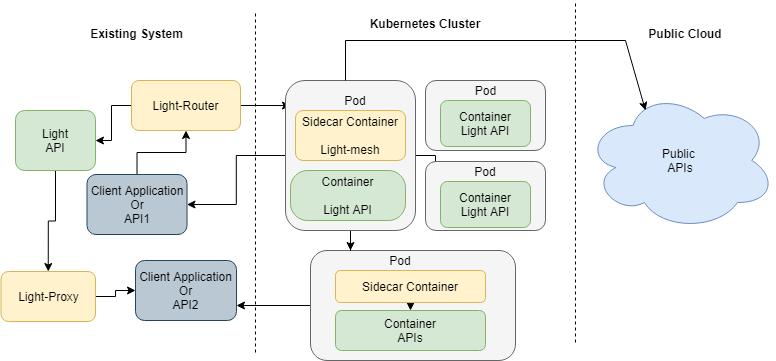
Earlier version of the draw.io export docs/mesh.png (networknt/light-mesh). Source tidied: cells renumbered, new cells last; positions are measured from the earlier drawing's top-left corner, leaving out a move shared by most shapes. Its diagram source:
```xml
<mxGraphModel>
  <root>
    <mxCell id="0" />
    <mxCell id="1" parent="0" />
    <mxCell id="2" style="edgeStyle=orthogonalEdgeStyle;rounded=0;jettySize=auto;html=1;entryX=1;entryY=0.75;entryDx=0;entryDy=0;" parent="1" edge="1" source="3" target="29">
      <mxGeometry relative="1" as="geometry" />
    </mxCell>
    <mxCell id="3" style="rounded=1;whiteSpace=wrap;html=1;fillColor=#f5f5f5;strokeColor=#666666;fontColor=#333333;" parent="1" vertex="1">
      <mxGeometry x="309" y="250" width="205" height="110" as="geometry" />
    </mxCell>
    <mxCell id="4" value="&lt;span style=&quot;color: rgba(0 , 0 , 0 , 0) ; font-family: monospace ; font-size: 0px&quot;&gt;%3CmxGraphModel%3E%3Croot%3E%3CmxCell%20id%3D%220%22%2F%3E%3CmxCell%20id%3D%221%22%20parent%3D%220%22%2F%3E%3CmxCell%20id%3D%222%22%20value%3D%22%22%20style%3D%22rounded%3D1%3BwhiteSpace%3Dwrap%3Bhtml%3D1%3B%22%20vertex%3D%221%22%20parent%3D%221%22%3E%3CmxGeometry%20x%3D%22450%22%20y%3D%22250%22%20width%3D%22120%22%20height%3D%2260%22%20as%3D%22geometry%22%2F%3E%3C%2FmxCell%3E%3C%2Froot%3E%3C%2FmxGraphModel%3E&lt;/span&gt;" style="rounded=1;whiteSpace=wrap;html=1;fillColor=#f5f5f5;strokeColor=#666666;fontColor=#333333;" parent="1" vertex="1">
      <mxGeometry x="424" y="80" width="120" height="70" as="geometry" />
    </mxCell>
    <mxCell id="5" value="Public&amp;nbsp;&lt;br&gt;APIs" style="ellipse;shape=cloud;whiteSpace=wrap;html=1;fillColor=#dae8fc;strokeColor=#6c8ebf;" parent="1" vertex="1">
      <mxGeometry x="584" y="90" width="190" height="140" as="geometry" />
    </mxCell>
    <mxCell id="6" style="edgeStyle=orthogonalEdgeStyle;rounded=0;jettySize=auto;html=1;" parent="1" edge="1" source="8" target="32">
      <mxGeometry relative="1" as="geometry" />
    </mxCell>
    <mxCell id="7" style="edgeStyle=orthogonalEdgeStyle;rounded=0;jettySize=auto;html=1;entryX=0.038;entryY=0.167;entryDx=0;entryDy=0;entryPerimeter=0;" parent="1" edge="1" source="8" target="13">
      <mxGeometry relative="1" as="geometry" />
    </mxCell>
    <mxCell id="8" value="Light-Router" style="rounded=1;whiteSpace=wrap;html=1;fillColor=#fff2cc;strokeColor=#d6b656;" parent="1" vertex="1">
      <mxGeometry x="130" y="80" width="109" height="50" as="geometry" />
    </mxCell>
    <mxCell id="9" value="Kubernetes Cluster" style="text;align=center;fontStyle=1;verticalAlign=middle;spacingLeft=3;spacingRight=3;strokeColor=none;" parent="1" vertex="1">
      <mxGeometry x="384" y="10" width="80" height="25" as="geometry" />
    </mxCell>
    <mxCell id="10" style="edgeStyle=orthogonalEdgeStyle;rounded=0;jettySize=auto;html=1;" parent="1" edge="1" source="13">
      <mxGeometry relative="1" as="geometry">
        <mxPoint x="349" y="250" as="targetPoint" />
      </mxGeometry>
    </mxCell>
    <mxCell id="11" style="edgeStyle=orthogonalEdgeStyle;rounded=0;jettySize=auto;html=1;entryX=0.083;entryY=0.13;entryDx=0;entryDy=0;entryPerimeter=0;" parent="1" edge="1" source="13" target="19">
      <mxGeometry relative="1" as="geometry" />
    </mxCell>
    <mxCell id="12" style="edgeStyle=orthogonalEdgeStyle;rounded=0;jettySize=auto;html=1;" parent="1" edge="1" source="13" target="28">
      <mxGeometry relative="1" as="geometry" />
    </mxCell>
    <mxCell id="13" value="&lt;br&gt;&lt;br&gt;&lt;br&gt;&lt;br&gt;" style="rounded=1;whiteSpace=wrap;html=1;fillColor=#f5f5f5;strokeColor=#666666;fontColor=#333333;" parent="1" vertex="1">
      <mxGeometry x="284" y="80" width="130" height="150" as="geometry" />
    </mxCell>
    <mxCell id="14" value="Pod" style="text;html=1;align=center;verticalAlign=middle;strokeColor=none;" parent="1" vertex="1">
      <mxGeometry x="464" y="80" width="40" height="20" as="geometry" />
    </mxCell>
    <mxCell id="15" value="Container&lt;br&gt;Light API" style="rounded=1;whiteSpace=wrap;html=1;fillColor=#d5e8d4;strokeColor=#82b366;" parent="1" vertex="1">
      <mxGeometry x="439" y="100" width="90" height="46" as="geometry" />
    </mxCell>
    <mxCell id="16" value="Pod" style="text;html=1;strokeColor=none;fillColor=none;align=center;verticalAlign=middle;whiteSpace=wrap;rounded=0;" parent="1" vertex="1">
      <mxGeometry x="334" y="90" width="40" height="20" as="geometry" />
    </mxCell>
    <mxCell id="17" value="Sidecar Container&lt;br&gt;&lt;br&gt;Light-mesh" style="rounded=1;whiteSpace=wrap;html=1;fillColor=#fff2cc;strokeColor=#d6b656;" parent="1" vertex="1">
      <mxGeometry x="294" y="110" width="110" height="50" as="geometry" />
    </mxCell>
    <mxCell id="18" value="Container&lt;br&gt;&lt;br&gt;Light API" style="rounded=1;whiteSpace=wrap;html=1;arcSize=34;fillColor=#d5e8d4;strokeColor=#82b366;" parent="1" vertex="1">
      <mxGeometry x="289" y="170" width="115" height="50" as="geometry" />
    </mxCell>
    <mxCell id="19" value="&lt;span style=&quot;color: rgba(0 , 0 , 0 , 0) ; font-family: monospace ; font-size: 0px&quot;&gt;%3CmxGraphModel%3E%3Croot%3E%3CmxCell%20id%3D%220%22%2F%3E%3CmxCell%20id%3D%221%22%20parent%3D%220%22%2F%3E%3CmxCell%20id%3D%222%22%20value%3D%22%22%20style%3D%22rounded%3D1%3BwhiteSpace%3Dwrap%3Bhtml%3D1%3B%22%20vertex%3D%221%22%20parent%3D%221%22%3E%3CmxGeometry%20x%3D%22450%22%20y%3D%22250%22%20width%3D%22120%22%20height%3D%2260%22%20as%3D%22geometry%22%2F%3E%3C%2FmxCell%3E%3C%2Froot%3E%3C%2FmxGraphModel%3E&lt;/span&gt;" style="rounded=1;whiteSpace=wrap;html=1;fillColor=#f5f5f5;strokeColor=#666666;fontColor=#333333;" parent="1" vertex="1">
      <mxGeometry x="424" y="161" width="120" height="69" as="geometry" />
    </mxCell>
    <mxCell id="20" value="Pod" style="text;html=1;strokeColor=none;fillColor=none;align=center;verticalAlign=middle;whiteSpace=wrap;rounded=0;" parent="1" vertex="1">
      <mxGeometry x="464" y="161" width="40" height="20" as="geometry" />
    </mxCell>
    <mxCell id="21" value="Container&lt;br&gt;Light API" style="rounded=1;whiteSpace=wrap;html=1;fillColor=#d5e8d4;strokeColor=#82b366;" parent="1" vertex="1">
      <mxGeometry x="439" y="181" width="90" height="46" as="geometry" />
    </mxCell>
    <mxCell id="22" style="endArrow=none;dashed=1;html=1;" parent="1" edge="1">
      <mxGeometry relative="1" as="geometry">
        <mxPoint x="574" y="342" as="sourcePoint" />
        <mxPoint x="574" y="0.5" as="targetPoint" />
      </mxGeometry>
    </mxCell>
    <mxCell id="23" style="endArrow=none;dashed=1;html=1;" parent="1" edge="1">
      <mxGeometry relative="1" as="geometry">
        <mxPoint x="254" y="352" as="sourcePoint" />
        <mxPoint x="254" y="10.5" as="targetPoint" />
      </mxGeometry>
    </mxCell>
    <mxCell id="24" style="edgeStyle=orthogonalEdgeStyle;rounded=0;jettySize=auto;html=1;" parent="1" edge="1" source="25" target="26">
      <mxGeometry relative="1" as="geometry" />
    </mxCell>
    <mxCell id="25" value="Pod" style="text;html=1;strokeColor=none;fillColor=none;align=center;verticalAlign=middle;whiteSpace=wrap;rounded=0;" parent="1" vertex="1">
      <mxGeometry x="379" y="250" width="40" height="20" as="geometry" />
    </mxCell>
    <mxCell id="26" value="Container&lt;br&gt;APIs" style="rounded=1;whiteSpace=wrap;html=1;fillColor=#d5e8d4;strokeColor=#82b366;" parent="1" vertex="1">
      <mxGeometry x="334" y="310" width="150" height="40" as="geometry" />
    </mxCell>
    <mxCell id="27" style="edgeStyle=orthogonalEdgeStyle;rounded=0;jettySize=auto;html=1;entryX=0.5;entryY=1;entryDx=0;entryDy=0;" parent="1" edge="1" source="28" target="8">
      <mxGeometry relative="1" as="geometry" />
    </mxCell>
    <mxCell id="28" value="Client Application Or&lt;br&gt;API1" style="rounded=1;whiteSpace=wrap;html=1;fillColor=#bac8d3;strokeColor=#23445d;" parent="1" vertex="1">
      <mxGeometry x="85.5" y="174" width="100" height="60" as="geometry" />
    </mxCell>
    <mxCell id="29" value="Client Application Or&lt;br&gt;API2" style="rounded=1;whiteSpace=wrap;html=1;fillColor=#bac8d3;strokeColor=#23445d;" parent="1" vertex="1">
      <mxGeometry x="134" y="260" width="101" height="60" as="geometry" />
    </mxCell>
    <mxCell id="30" value="Public Cloud" style="text;align=center;fontStyle=1;verticalAlign=middle;spacingLeft=3;spacingRight=3;strokeColor=none;" parent="1" vertex="1">
      <mxGeometry x="644" y="20" width="80" height="25" as="geometry" />
    </mxCell>
    <mxCell id="31" style="edgeStyle=orthogonalEdgeStyle;rounded=0;jettySize=auto;html=1;entryX=0.5;entryY=0;entryDx=0;entryDy=0;" parent="1" edge="1" source="32" target="37">
      <mxGeometry relative="1" as="geometry" />
    </mxCell>
    <mxCell id="32" value="Light&lt;br&gt;API" style="rounded=1;whiteSpace=wrap;html=1;fillColor=#d5e8d4;strokeColor=#82b366;" parent="1" vertex="1">
      <mxGeometry x="14" y="110" width="80" height="60" as="geometry" />
    </mxCell>
    <mxCell id="33" value="Existing System" style="text;align=center;fontStyle=1;verticalAlign=middle;spacingLeft=3;spacingRight=3;strokeColor=none;" parent="1" vertex="1">
      <mxGeometry x="134" y="20" width="3" height="25" as="geometry" />
    </mxCell>
    <mxCell id="34" style="shape=partialRectangle;whiteSpace=wrap;html=1;bottom=0;right=0;fillColor=none;" parent="1" vertex="1">
      <mxGeometry x="344" y="40" width="280" height="40" as="geometry" />
    </mxCell>
    <mxCell id="35" style="endArrow=classic;html=1;exitX=1;exitY=0;exitDx=0;exitDy=0;" parent="1" edge="1" source="34">
      <mxGeometry relative="1" as="geometry">
        <mxPoint x="644" y="110" as="targetPoint" />
      </mxGeometry>
    </mxCell>
    <mxCell id="36" style="edgeStyle=orthogonalEdgeStyle;rounded=0;jettySize=auto;html=1;" parent="1" edge="1" source="37" target="29">
      <mxGeometry relative="1" as="geometry" />
    </mxCell>
    <mxCell id="37" value="Light-Proxy" style="rounded=1;whiteSpace=wrap;html=1;fillColor=#fff2cc;strokeColor=#d6b656;" parent="1" vertex="1">
      <mxGeometry x="-0.5" y="271" width="94.5" height="50" as="geometry" />
    </mxCell>
    <mxCell id="38" value="Sidecar Container" style="rounded=1;whiteSpace=wrap;html=1;fillColor=#fff2cc;strokeColor=#d6b656;" parent="1" vertex="1">
      <mxGeometry x="334" y="270" width="150" height="32" as="geometry" />
    </mxCell>
  </root>
</mxGraphModel>
```
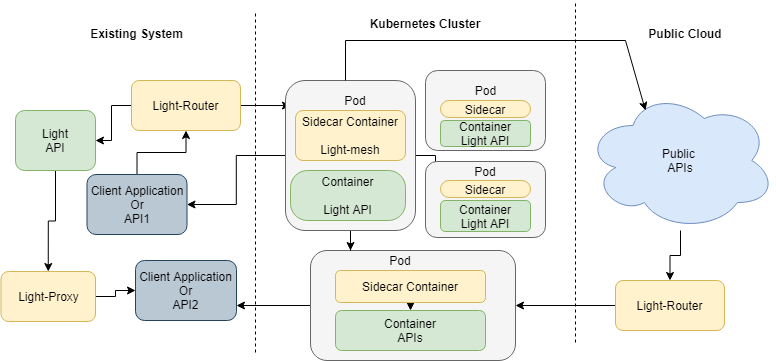
After the change.

What changed in the source:
```diff
@@ -9,8 +9,11 @@
       <mxGeometry x="309" y="250" width="205" height="110" as="geometry" />
     </mxCell>
     <mxCell id="4" value="&lt;span style=&quot;color: rgba(0 , 0 , 0 , 0) ; font-family: monospace ; font-size: 0px&quot;&gt;%3CmxGraphModel%3E%3Croot%3E%3CmxCell%20id%3D%220%22%2F%3E%3CmxCell%20id%3D%221%22%20parent%3D%220%22%2F%3E%3CmxCell%20id%3D%222%22%20value%3D%22%22%20style%3D%22rounded%3D1%3BwhiteSpace%3Dwrap%3Bhtml%3D1%3B%22%20vertex%3D%221%22%20parent%3D%221%22%3E%3CmxGeometry%20x%3D%22450%22%20y%3D%22250%22%20width%3D%22120%22%20height%3D%2260%22%20as%3D%22geometry%22%2F%3E%3C%2FmxCell%3E%3C%2Froot%3E%3C%2FmxGraphModel%3E&lt;/span&gt;" style="rounded=1;whiteSpace=wrap;html=1;fillColor=#f5f5f5;strokeColor=#666666;fontColor=#333333;" parent="1" vertex="1">
-      <mxGeometry x="424" y="80" width="120" height="70" as="geometry" />
+      <mxGeometry x="424" y="70" width="120" height="80" as="geometry" />
     </mxCell>
+    <mxCell id="39" style="edgeStyle=orthogonalEdgeStyle;rounded=0;jettySize=auto;html=1;" parent="1" edge="1" source="5" target="41">
+      <mxGeometry relative="1" as="geometry" />
+    </mxCell>
     <mxCell id="5" value="Public&amp;nbsp;&lt;br&gt;APIs" style="ellipse;shape=cloud;whiteSpace=wrap;html=1;fillColor=#dae8fc;strokeColor=#6c8ebf;" parent="1" vertex="1">
       <mxGeometry x="584" y="90" width="190" height="140" as="geometry" />
     </mxCell>
@@ -40,11 +43,11 @@
     <mxCell id="13" value="&lt;br&gt;&lt;br&gt;&lt;br&gt;&lt;br&gt;" style="rounded=1;whiteSpace=wrap;html=1;fillColor=#f5f5f5;strokeColor=#666666;fontColor=#333333;" parent="1" vertex="1">
       <mxGeometry x="284" y="80" width="130" height="150" as="geometry" />
     </mxCell>
-    <mxCell id="14" value="Pod" style="text;html=1;align=center;verticalAlign=middle;strokeColor=none;" parent="1" vertex="1">
+    <mxCell id="14" value="Pod&lt;br&gt;" style="text;html=1;align=center;verticalAlign=middle;strokeColor=none;" parent="1" vertex="1">
       <mxGeometry x="464" y="80" width="40" height="20" as="geometry" />
     </mxCell>
     <mxCell id="15" value="Container&lt;br&gt;Light API" style="rounded=1;whiteSpace=wrap;html=1;fillColor=#d5e8d4;strokeColor=#82b366;" parent="1" vertex="1">
-      <mxGeometry x="439" y="100" width="90" height="46" as="geometry" />
+      <mxGeometry x="439" y="120" width="90" height="26" as="geometry" />
     </mxCell>
     <mxCell id="16" value="Pod" style="text;html=1;strokeColor=none;fillColor=none;align=center;verticalAlign=middle;whiteSpace=wrap;rounded=0;" parent="1" vertex="1">
       <mxGeometry x="334" y="90" width="40" height="20" as="geometry" />
@@ -56,13 +59,13 @@
       <mxGeometry x="289" y="170" width="115" height="50" as="geometry" />
     </mxCell>
     <mxCell id="19" value="&lt;span style=&quot;color: rgba(0 , 0 , 0 , 0) ; font-family: monospace ; font-size: 0px&quot;&gt;%3CmxGraphModel%3E%3Croot%3E%3CmxCell%20id%3D%220%22%2F%3E%3CmxCell%20id%3D%221%22%20parent%3D%220%22%2F%3E%3CmxCell%20id%3D%222%22%20value%3D%22%22%20style%3D%22rounded%3D1%3BwhiteSpace%3Dwrap%3Bhtml%3D1%3B%22%20vertex%3D%221%22%20parent%3D%221%22%3E%3CmxGeometry%20x%3D%22450%22%20y%3D%22250%22%20width%3D%22120%22%20height%3D%2260%22%20as%3D%22geometry%22%2F%3E%3C%2FmxCell%3E%3C%2Froot%3E%3C%2FmxGraphModel%3E&lt;/span&gt;" style="rounded=1;whiteSpace=wrap;html=1;fillColor=#f5f5f5;strokeColor=#666666;fontColor=#333333;" parent="1" vertex="1">
-      <mxGeometry x="424" y="161" width="120" height="69" as="geometry" />
+      <mxGeometry x="424" y="161" width="120" height="76" as="geometry" />
     </mxCell>
     <mxCell id="20" value="Pod" style="text;html=1;strokeColor=none;fillColor=none;align=center;verticalAlign=middle;whiteSpace=wrap;rounded=0;" parent="1" vertex="1">
       <mxGeometry x="464" y="161" width="40" height="20" as="geometry" />
     </mxCell>
     <mxCell id="21" value="Container&lt;br&gt;Light API" style="rounded=1;whiteSpace=wrap;html=1;fillColor=#d5e8d4;strokeColor=#82b366;" parent="1" vertex="1">
-      <mxGeometry x="439" y="181" width="90" height="46" as="geometry" />
+      <mxGeometry x="439" y="200" width="90" height="31" as="geometry" />
     </mxCell>
     <mxCell id="22" style="endArrow=none;dashed=1;html=1;" parent="1" edge="1">
       <mxGeometry relative="1" as="geometry">
@@ -123,5 +126,17 @@
     <mxCell id="38" value="Sidecar Container" style="rounded=1;whiteSpace=wrap;html=1;fillColor=#fff2cc;strokeColor=#d6b656;" parent="1" vertex="1">
       <mxGeometry x="334" y="270" width="150" height="32" as="geometry" />
     </mxCell>
+    <mxCell id="40" style="edgeStyle=orthogonalEdgeStyle;rounded=0;jettySize=auto;html=1;entryX=1;entryY=0.5;entryDx=0;entryDy=0;" parent="1" edge="1" source="41" target="3">
+      <mxGeometry relative="1" as="geometry" />
+    </mxCell>
+    <mxCell id="41" value="Light-Router" style="rounded=1;whiteSpace=wrap;html=1;fillColor=#fff2cc;strokeColor=#d6b656;" parent="1" vertex="1">
+      <mxGeometry x="614" y="280" width="109" height="50" as="geometry" />
+    </mxCell>
+    <mxCell id="42" value="Sidecar" style="rounded=1;whiteSpace=wrap;html=1;fillColor=#fff2cc;strokeColor=#d6b656;arcSize=50;" parent="1" vertex="1">
+      <mxGeometry x="439" y="100" width="90" height="17" as="geometry" />
+    </mxCell>
+    <mxCell id="43" value="Sidecar" style="rounded=1;whiteSpace=wrap;html=1;fillColor=#fff2cc;strokeColor=#d6b656;arcSize=50;" parent="1" vertex="1">
+      <mxGeometry x="439" y="180" width="90" height="17" as="geometry" />
+    </mxCell>
   </root>
 </mxGraphModel>
```
